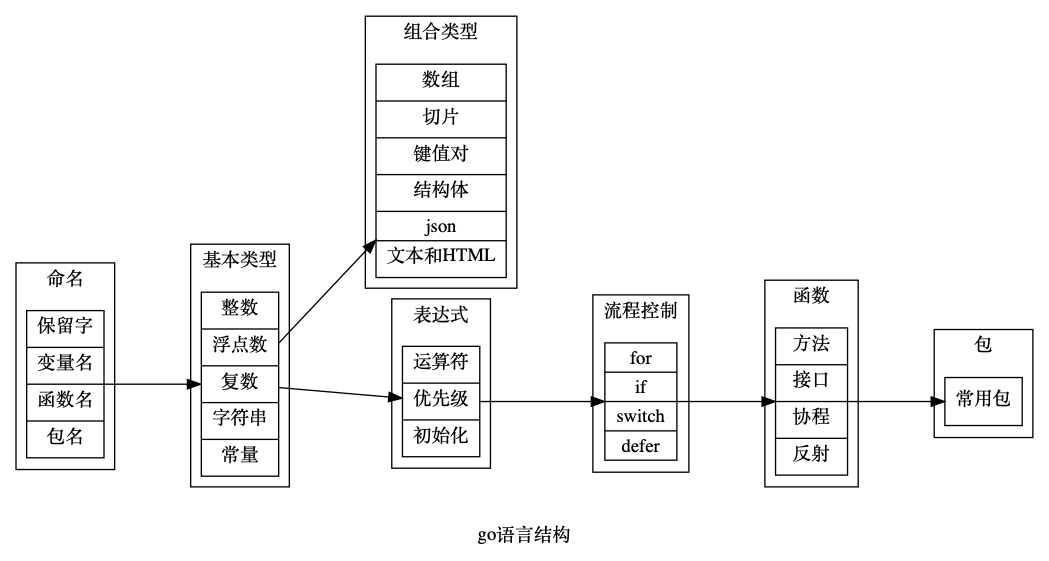
This is language_segment.png from zhoupro/visual_memory, a Graphviz export, as it was before one commit. Its source is kept beside it as language_segment.dot.
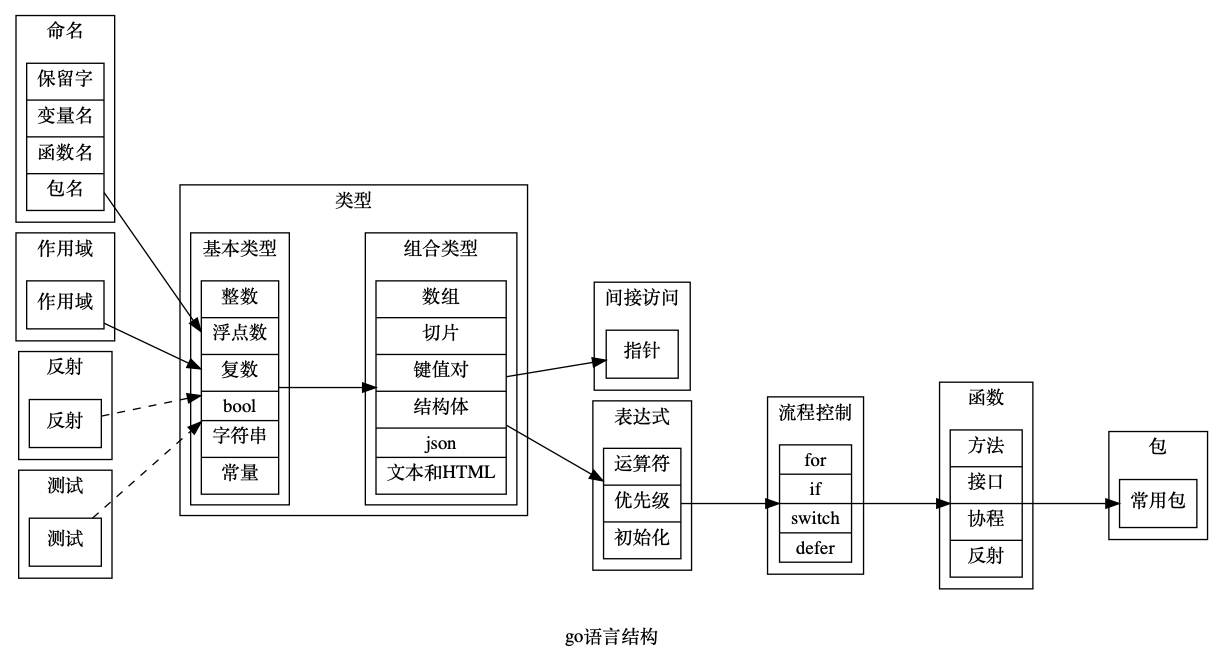
After the change.

Commit message:
language_segment update

Diff of the diagram source:
```diff
@@ -6,13 +6,32 @@
             label = "命名";
             base_name [label = " 保留字| 变量名 | 函数名 | 包名 "];
         }
-        subgraph cluster_basic_type {
-            label = "基本类型";
-            basic_type [label = " 整数| 浮点数 | 复数 | 字符串| 常量 "];
+        subgraph cluster_scope {
+            label = "作用域";
+            scope [label = "作用域"];
         }
-        subgraph cluster_composite_type {
-            label = "组合类型";
-            composite_type [label = " 数组 | 切片 | 键值对 | 结构体| json | 文本和HTML "];
+        subgraph cluster_reflect {
+            label = "反射";
+            reflect [label = "反射"];
+        }
+        subgraph cluster_test {
+            label = "测试";
+            test [label = "测试"];
+        }
+       subgraph cluster_type {
+            label = "类型";
+            subgraph cluster_basic_type {
+                label = "基本类型";
+                basic_type [label = " 整数| 浮点数 | 复数 | bool | 字符串| 常量 "];
+            }
+            subgraph cluster_composite_type {
+                label = "组合类型";
+                composite_type [label = " 数组 | 切片 | 键值对 | 结构体| json | 文本和HTML "];
+            }
+        }
+        subgraph cluster_poiter_ref {
+            label= "间接访问"
+            poiter_ref[label="指针"]
         }
         subgraph cluster_expression {
             label = "表达式";
@@ -31,9 +50,13 @@
             package [label = "常用包"];
         }
         base_name  -> basic_type [ minlen = 2];
+        scope  -> basic_type [ minlen = 2];
         basic_type -> composite_type [ minlen = 2];
-        basic_type -> expression [ minlen = 2];
+        composite_type -> poiter_ref [ minlen = 2];
+        composite_type -> expression [ minlen = 2];
         expression -> control_flow [ minlen = 2];
         control_flow -> function [ minlen = 2];
         function -> package [ minlen = 2];
+        test  -> basic_type [ minlen = 2, style=dashed];
+        reflect  -> basic_type [ minlen = 2, style=dashed];
     }
```
